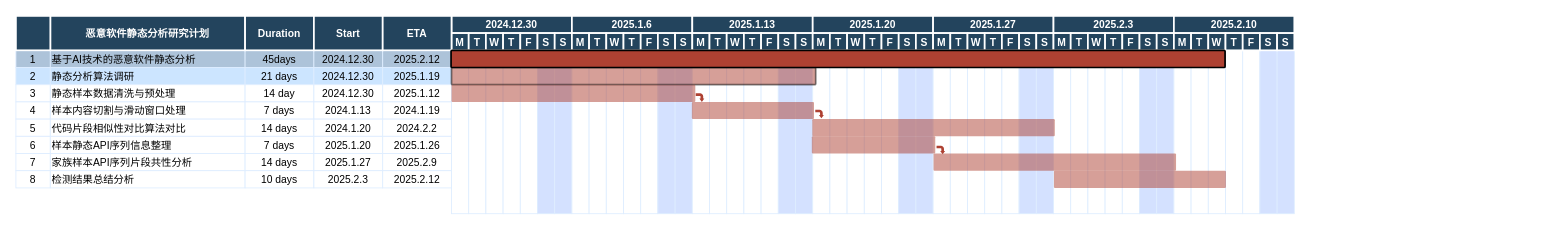
Before: 恶意软件AI检测计划.drawio in sidney-neu/draw_io, a draw.io diagram. Source tidied: cells renumbered, new cells numbered last; positions are measured from the earlier drawing's top-left corner, leaving out a move shared by most shapes. Both pictures are drawn from the tidied source at 86%, with x=0, y=0 at pixel (15, 15).
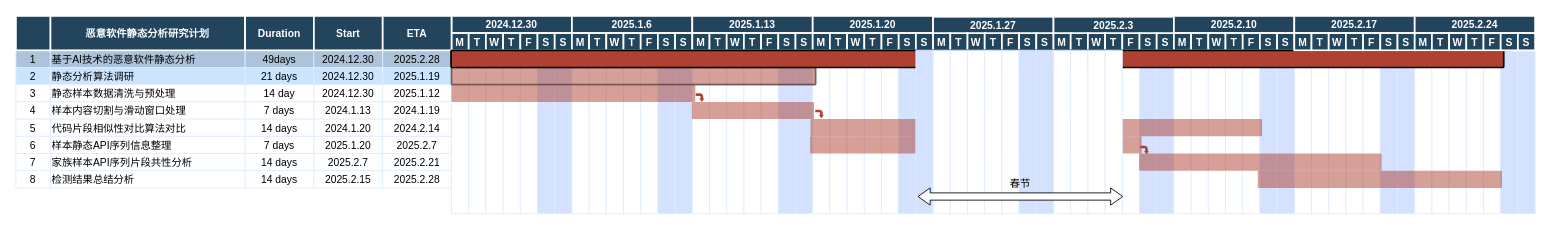
After the change.

Commit message:
更新恶意软件AI检测计划.drawio

The edit, as a diff of the source:
```diff
@@
+    <mxCell id="163" style="strokeColor=#DEEDFF;" parent="1" vertex="1">
+      <mxGeometry x="1486.5" y="40" width="20" height="190" as="geometry" />
+    </mxCell>
+    <mxCell id="164" style="strokeColor=#DEEDFF;" parent="1" vertex="1">
+      <mxGeometry x="1526.5" y="40" width="20" height="190" as="geometry" />
+    </mxCell>
+    <mxCell id="165" style="strokeColor=#DEEDFF;" parent="1" vertex="1">
+      <mxGeometry x="1506.5" y="40" width="20" height="190" as="geometry" />
+    </mxCell>
+    <mxCell id="166" style="strokeColor=#DEEDFF;" parent="1" vertex="1">
+      <mxGeometry x="1546.5" y="40" width="20" height="190" as="geometry" />
+    </mxCell>
+    <mxCell id="167" style="strokeColor=#DEEDFF;" parent="1" vertex="1">
+      <mxGeometry x="1566.5" y="40" width="20" height="190" as="geometry" />
+    </mxCell>
+    <mxCell id="168" style="strokeColor=#DEEDFF;fillColor=#D4E1FF;" parent="1" vertex="1">
+      <mxGeometry x="1586.5" y="40" width="20" height="190" as="geometry" />
+    </mxCell>
+    <mxCell id="169" style="strokeColor=#DEEDFF;fillColor=#D4E1FF;" parent="1" vertex="1">
+      <mxGeometry x="1606.5" y="40" width="20" height="190" as="geometry" />
+    </mxCell>
+    <mxCell id="170" style="strokeColor=#DEEDFF;" parent="1" vertex="1">
+      <mxGeometry x="1626.5" y="40" width="20" height="190" as="geometry" />
+    </mxCell>
+    <mxCell id="171" style="strokeColor=#DEEDFF;" parent="1" vertex="1">
+      <mxGeometry x="1646.5" y="40" width="20" height="190" as="geometry" />
+    </mxCell>
+    <mxCell id="172" style="strokeColor=#DEEDFF;" parent="1" vertex="1">
+      <mxGeometry x="1666.5" y="40" width="20" height="190" as="geometry" />
+    </mxCell>
+    <mxCell id="173" style="strokeColor=#DEEDFF;" parent="1" vertex="1">
+      <mxGeometry x="1686.5" y="40" width="20" height="190" as="geometry" />
+    </mxCell>
+    <mxCell id="174" style="strokeColor=#DEEDFF;" parent="1" vertex="1">
+      <mxGeometry x="1706.5" y="40" width="20" height="190" as="geometry" />
+    </mxCell>
+    <mxCell id="175" style="strokeColor=#DEEDFF;fillColor=#D4E1FF;" parent="1" vertex="1">
+      <mxGeometry x="1726.5" y="40" width="20" height="190" as="geometry" />
+    </mxCell>
+    <mxCell id="176" style="strokeColor=#DEEDFF;fillColor=#D4E1FF;" parent="1" vertex="1">
+      <mxGeometry x="1746.5" y="40" width="20" height="190" as="geometry" />
+    </mxCell>
@@
-    <mxCell id="4" value="45days" style="strokeColor=#DEEDFF;fillColor=#ADC3D9;" parent="1" vertex="1">
+    <mxCell id="4" value="49days" style="strokeColor=#DEEDFF;fillColor=#ADC3D9;" parent="1" vertex="1">
       <mxGeometry x="266.5" y="40" width="80" height="20" as="geometry" />
     </mxCell>
@@
-    <mxCell id="6" value="2025.2.12" style="strokeColor=#DEEDFF;fillColor=#ADC3D9;" parent="1" vertex="1">
+    <mxCell id="6" value="2025.2.28" style="strokeColor=#DEEDFF;fillColor=#ADC3D9;" parent="1" vertex="1">
       <mxGeometry x="426.5" y="40" width="80" height="20" as="geometry" />
     </mxCell>
@@
-    <mxCell id="27" value="2024.2.2" style="strokeColor=#DEEDFF;" parent="1" vertex="1">
+    <mxCell id="27" value="2024.2.14" style="strokeColor=#DEEDFF;" parent="1" vertex="1">
       <mxGeometry x="426.5" y="120" width="80" height="20" as="geometry" />
     </mxCell>
@@
-    <mxCell id="32" value="2025.1.26" style="strokeColor=#DEEDFF;" parent="1" vertex="1">
+    <mxCell id="32" value="2025.2.7" style="strokeColor=#DEEDFF;" parent="1" vertex="1">
       <mxGeometry x="426.5" y="140" width="80" height="20" as="geometry" />
     </mxCell>
@@
-    <mxCell id="36" value="2025.1.27" style="strokeColor=#DEEDFF;" parent="1" vertex="1">
+    <mxCell id="36" value="2025.2.7" style="strokeColor=#DEEDFF;" parent="1" vertex="1">
       <mxGeometry x="346.5" y="160" width="80" height="20" as="geometry" />
     </mxCell>
-    <mxCell id="37" value="2025.2.9" style="strokeColor=#DEEDFF;" parent="1" vertex="1">
+    <mxCell id="37" value="2025.2.21" style="strokeColor=#DEEDFF;" parent="1" vertex="1">
       <mxGeometry x="426.5" y="160" width="80" height="20" as="geometry" />
     </mxCell>
@@
-    <mxCell id="40" value="10 days" style="strokeColor=#DEEDFF;" parent="1" vertex="1">
+    <mxCell id="40" value="14 days" style="strokeColor=#DEEDFF;" parent="1" vertex="1">
       <mxGeometry x="266.5" y="180" width="80" height="20" as="geometry" />
     </mxCell>
-    <mxCell id="41" value="2025.2.3" style="strokeColor=#DEEDFF;" parent="1" vertex="1">
+    <mxCell id="41" value="2025.2.15" style="strokeColor=#DEEDFF;" parent="1" vertex="1">
       <mxGeometry x="346.5" y="180" width="80" height="20" as="geometry" />
     </mxCell>
-    <mxCell id="42" value="2025.2.12" style="strokeColor=#DEEDFF;" parent="1" vertex="1">
+    <mxCell id="42" value="2025.2.28" style="strokeColor=#DEEDFF;" parent="1" vertex="1">
       <mxGeometry x="426.5" y="180" width="80" height="20" as="geometry" />
     </mxCell>
@@
-    <mxCell id="69" style="strokeColor=#DEEDFF;fillColor=#D4E1FF;" parent="1" vertex="1">
-      <mxGeometry x="1046.5" y="40" width="20" height="190" as="geometry" />
-    </mxCell>
-    <mxCell id="70" style="strokeColor=#DEEDFF;" parent="1" vertex="1">
-      <mxGeometry x="1066.5" y="40" width="20" height="190" as="geometry" />
-    </mxCell>
-    <mxCell id="71" style="strokeColor=#DEEDFF;" parent="1" vertex="1">
-      <mxGeometry x="1086.5" y="40" width="20" height="190" as="geometry" />
-    </mxCell>
-    <mxCell id="72" style="strokeColor=#DEEDFF;" parent="1" vertex="1">
-      <mxGeometry x="1106.5" y="40" width="20" height="190" as="geometry" />
-    </mxCell>
-    <mxCell id="73" style="strokeColor=#DEEDFF;" parent="1" vertex="1">
-      <mxGeometry x="1126.5" y="40" width="20" height="190" as="geometry" />
-    </mxCell>
-    <mxCell id="74" style="strokeColor=#DEEDFF;" parent="1" vertex="1">
-      <mxGeometry x="1146.5" y="40" width="20" height="190" as="geometry" />
-    </mxCell>
-    <mxCell id="75" style="strokeColor=#DEEDFF;fillColor=#D4E1FF;" parent="1" vertex="1">
-      <mxGeometry x="1166.5" y="40" width="20" height="190" as="geometry" />
-    </mxCell>
-    <mxCell id="76" style="strokeColor=#DEEDFF;fillColor=#D4E1FF;" parent="1" vertex="1">
-      <mxGeometry x="1186.5" y="40" width="20" height="190" as="geometry" />
-    </mxCell>
-    <mxCell id="77" style="strokeColor=#DEEDFF;" parent="1" vertex="1">
-      <mxGeometry x="1206.5" y="40" width="20" height="190" as="geometry" />
-    </mxCell>
-    <mxCell id="78" style="strokeColor=#DEEDFF;" parent="1" vertex="1">
-      <mxGeometry x="1226.5" y="40" width="20" height="190" as="geometry" />
-    </mxCell>
-    <mxCell id="79" style="strokeColor=#DEEDFF;" parent="1" vertex="1">
-      <mxGeometry x="1246.5" y="40" width="20" height="190" as="geometry" />
-    </mxCell>
-    <mxCell id="80" style="strokeColor=#DEEDFF;" parent="1" vertex="1">
-      <mxGeometry x="1266.5" y="40" width="20" height="190" as="geometry" />
-    </mxCell>
@@
     <mxCell id="128" value="2025.1.27" style="fillColor=#23445D;strokeColor=#FFFFFF;strokeWidth=2;fontColor=#FFFFFF;fontStyle=1;" parent="1" vertex="1">
-      <mxGeometry x="1066.5" width="140" height="20" as="geometry" />
+      <mxGeometry x="1066.5" y="1" width="140" height="20" as="geometry" />
     </mxCell>
@@
     <mxCell id="136" value="2025.2.3" style="fillColor=#23445D;strokeColor=#FFFFFF;strokeWidth=2;fontColor=#FFFFFF;fontStyle=1;" parent="1" vertex="1">
-      <mxGeometry x="1206.5" width="140" height="20" as="geometry" />
+      <mxGeometry x="1206.5" y="1" width="140" height="20" as="geometry" />
     </mxCell>
@@
     <mxCell id="156" style="shape=mxgraph.flowchart.process;fillColor=#AE4132;strokeColor=none;strokeWidth=2;opacity=50;" parent="1" vertex="1">
-      <mxGeometry x="926" y="120" width="282" height="20" as="geometry" />
+      <mxGeometry x="924" y="120" width="525" height="20" as="geometry" />
     </mxCell>
-    <mxCell id="157" style="shape=mxgraph.flowchart.process;fillColor=#AE4132;strokeColor=none;strokeWidth=2;opacity=50;" parent="1" vertex="1">
-      <mxGeometry x="1067" y="160" width="282" height="20" as="geometry" />
-    </mxCell>
-    <mxCell id="158" style="shape=mxgraph.flowchart.process;fillColor=#AE4132;strokeColor=none;strokeWidth=2;opacity=50;" parent="1" vertex="1">
-      <mxGeometry x="1207" y="180" width="200" height="20" as="geometry" />
-    </mxCell>
     <mxCell id="159" style="shape=mxgraph.flowchart.process;fillColor=#AE4132;strokeColor=none;strokeWidth=2;opacity=50;" parent="1" vertex="1">
-      <mxGeometry x="925.5" y="140" width="143.5" height="20" as="geometry" />
+      <mxGeometry x="923.5" y="140" width="385.5" height="20" as="geometry" />
     </mxCell>
     <mxCell id="160" style="shape=mxgraph.arrows.bent_right_arrow;fillColor=#AE4132;strokeColor=none;strokeWidth=2;direction=south;" parent="1" vertex="1">
-      <mxGeometry x="1070.5" y="151" width="10" height="10" as="geometry" />
+      <mxGeometry x="1307.5" y="151" width="10" height="10" as="geometry" />
     </mxCell>
     <mxCell id="161" style="shape=mxgraph.flowchart.process;fillColor=#AE4132;strokeColor=#000000;strokeWidth=2;opacity=100;" parent="1" vertex="1">
-      <mxGeometry x="506" y="40" width="900" height="20" as="geometry" />
+      <mxGeometry x="506" y="40" width="1224" height="20" as="geometry" />
     </mxCell>
@@
+    <mxCell id="69" style="strokeColor=#DEEDFF;fillColor=#D4E1FF;" parent="1" vertex="1">
+      <mxGeometry x="1046.5" y="40" width="20" height="190" as="geometry" />
+    </mxCell>
+    <mxCell id="70" style="strokeColor=#DEEDFF;" parent="1" vertex="1">
+      <mxGeometry x="1066.5" y="40" width="20" height="190" as="geometry" />
+    </mxCell>
+    <mxCell id="71" style="strokeColor=#DEEDFF;" parent="1" vertex="1">
+      <mxGeometry x="1086.5" y="40" width="20" height="190" as="geometry" />
+    </mxCell>
+    <mxCell id="72" style="strokeColor=#DEEDFF;" parent="1" vertex="1">
+      <mxGeometry x="1106.5" y="40" width="20" height="190" as="geometry" />
+    </mxCell>
+    <mxCell id="73" style="strokeColor=#DEEDFF;" parent="1" vertex="1">
+      <mxGeometry x="1126.5" y="40" width="20" height="190" as="geometry" />
+    </mxCell>
+    <mxCell id="74" style="strokeColor=#DEEDFF;" parent="1" vertex="1">
+      <mxGeometry x="1146.5" y="40" width="20" height="190" as="geometry" />
+    </mxCell>
+    <mxCell id="75" style="strokeColor=#DEEDFF;fillColor=#D4E1FF;" parent="1" vertex="1">
+      <mxGeometry x="1166.5" y="40" width="20" height="190" as="geometry" />
+    </mxCell>
+    <mxCell id="76" style="strokeColor=#DEEDFF;fillColor=#D4E1FF;" parent="1" vertex="1">
+      <mxGeometry x="1186.5" y="40" width="20" height="190" as="geometry" />
+    </mxCell>
+    <mxCell id="77" style="strokeColor=#DEEDFF;" parent="1" vertex="1">
+      <mxGeometry x="1206.5" y="40" width="20" height="190" as="geometry" />
+    </mxCell>
+    <mxCell id="78" style="strokeColor=#DEEDFF;" parent="1" vertex="1">
+      <mxGeometry x="1226.5" y="40" width="20" height="190" as="geometry" />
+    </mxCell>
+    <mxCell id="79" style="strokeColor=#DEEDFF;" parent="1" vertex="1">
+      <mxGeometry x="1246.5" y="40" width="20" height="190" as="geometry" />
+    </mxCell>
+    <mxCell id="80" style="strokeColor=#DEEDFF;" parent="1" vertex="1">
+      <mxGeometry x="1266.5" y="40" width="20" height="190" as="geometry" />
+    </mxCell>
+    <mxCell id="177" value="2025.2.17" style="fillColor=#23445D;strokeColor=#FFFFFF;strokeWidth=2;fontColor=#FFFFFF;fontStyle=1;" parent="1" vertex="1">
+      <mxGeometry x="1486.5" width="140" height="20" as="geometry" />
+    </mxCell>
+    <mxCell id="178" value="M" style="fillColor=#23445D;strokeColor=#FFFFFF;strokeWidth=2;fontColor=#FFFFFF;fontStyle=1;" parent="1" vertex="1">
+      <mxGeometry x="1486.5" y="20" width="20" height="20" as="geometry" />
+    </mxCell>
+    <mxCell id="179" value="T" style="fillColor=#23445D;strokeColor=#FFFFFF;strokeWidth=2;fontColor=#FFFFFF;fontStyle=1;" parent="1" vertex="1">
+      <mxGeometry x="1506.5" y="20" width="20" height="20" as="geometry" />
+    </mxCell>
+    <mxCell id="180" value="W" style="fillColor=#23445D;strokeColor=#FFFFFF;strokeWidth=2;fontColor=#FFFFFF;fontStyle=1;" parent="1" vertex="1">
+      <mxGeometry x="1526.5" y="20" width="20" height="20" as="geometry" />
+    </mxCell>
+    <mxCell id="181" value="T" style="fillColor=#23445D;strokeColor=#FFFFFF;strokeWidth=2;fontColor=#FFFFFF;fontStyle=1;" parent="1" vertex="1">
+      <mxGeometry x="1546.5" y="20" width="20" height="20" as="geometry" />
+    </mxCell>
+    <mxCell id="182" value="F" style="fillColor=#23445D;strokeColor=#FFFFFF;strokeWidth=2;fontColor=#FFFFFF;fontStyle=1;" parent="1" vertex="1">
+      <mxGeometry x="1566.5" y="20" width="20" height="20" as="geometry" />
+    </mxCell>
+    <mxCell id="183" value="S" style="fillColor=#23445D;strokeColor=#FFFFFF;strokeWidth=2;fontColor=#FFFFFF;fontStyle=1;" parent="1" vertex="1">
+      <mxGeometry x="1586.5" y="20" width="20" height="20" as="geometry" />
+    </mxCell>
+    <mxCell id="184" value="S" style="fillColor=#23445D;strokeColor=#FFFFFF;strokeWidth=2;fontColor=#FFFFFF;fontStyle=1;" parent="1" vertex="1">
+      <mxGeometry x="1606.5" y="20" width="20" height="20" as="geometry" />
+    </mxCell>
+    <mxCell id="185" value="2025.2.24" style="fillColor=#23445D;strokeColor=#FFFFFF;strokeWidth=2;fontColor=#FFFFFF;fontStyle=1;" parent="1" vertex="1">
+      <mxGeometry x="1626.5" width="140" height="20" as="geometry" />
+    </mxCell>
+    <mxCell id="186" value="M" style="fillColor=#23445D;strokeColor=#FFFFFF;strokeWidth=2;fontColor=#FFFFFF;fontStyle=1;" parent="1" vertex="1">
+      <mxGeometry x="1626.5" y="20" width="20" height="20" as="geometry" />
+    </mxCell>
+    <mxCell id="187" value="T" style="fillColor=#23445D;strokeColor=#FFFFFF;strokeWidth=2;fontColor=#FFFFFF;fontStyle=1;" parent="1" vertex="1">
+      <mxGeometry x="1646.5" y="20" width="20" height="20" as="geometry" />
+    </mxCell>
+    <mxCell id="188" value="W" style="fillColor=#23445D;strokeColor=#FFFFFF;strokeWidth=2;fontColor=#FFFFFF;fontStyle=1;" parent="1" vertex="1">
+      <mxGeometry x="1666.5" y="20" width="20" height="20" as="geometry" />
+    </mxCell>
+    <mxCell id="189" value="T" style="fillColor=#23445D;strokeColor=#FFFFFF;strokeWidth=2;fontColor=#FFFFFF;fontStyle=1;" parent="1" vertex="1">
+      <mxGeometry x="1686.5" y="20" width="20" height="20" as="geometry" />
+    </mxCell>
+    <mxCell id="190" value="F" style="fillColor=#23445D;strokeColor=#FFFFFF;strokeWidth=2;fontColor=#FFFFFF;fontStyle=1;" parent="1" vertex="1">
+      <mxGeometry x="1706.5" y="20" width="20" height="20" as="geometry" />
+    </mxCell>
+    <mxCell id="191" value="S" style="fillColor=#23445D;strokeColor=#FFFFFF;strokeWidth=2;fontColor=#FFFFFF;fontStyle=1;" parent="1" vertex="1">
+      <mxGeometry x="1726.5" y="20" width="20" height="20" as="geometry" />
+    </mxCell>
+    <mxCell id="192" value="S" style="fillColor=#23445D;strokeColor=#FFFFFF;strokeWidth=2;fontColor=#FFFFFF;fontStyle=1;" parent="1" vertex="1">
+      <mxGeometry x="1746.5" y="20" width="20" height="20" as="geometry" />
+    </mxCell>
+    <mxCell id="157" style="shape=mxgraph.flowchart.process;fillColor=#AE4132;strokeColor=none;strokeWidth=2;opacity=50;" parent="1" vertex="1">
+      <mxGeometry x="1306" y="160" width="282" height="20" as="geometry" />
+    </mxCell>
+    <mxCell id="158" style="shape=mxgraph.flowchart.process;fillColor=#AE4132;strokeColor=none;strokeWidth=2;opacity=50;" parent="1" vertex="1">
+      <mxGeometry x="1444" y="180" width="284" height="20" as="geometry" />
+    </mxCell>
+    <mxCell id="193" value="&lt;div&gt;春节&lt;/div&gt;&lt;div&gt;&lt;br&gt;&lt;/div&gt;&lt;div&gt;&lt;br&gt;&lt;/div&gt;" style="shape=doubleArrow;whiteSpace=wrap;html=1;arrowWidth=0.4206896551724128;arrowSize=0.05896551724137908;" parent="1" vertex="1">
+      <mxGeometry x="1049" y="200" width="238" height="20" as="geometry" />
+    </mxCell>
```
